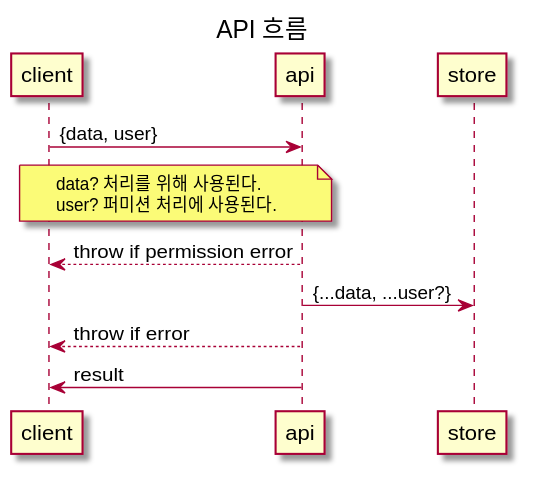
The PlantUML diagram asset/svg/sequence-diagram.svg in deptno/yiguana, before a commit.
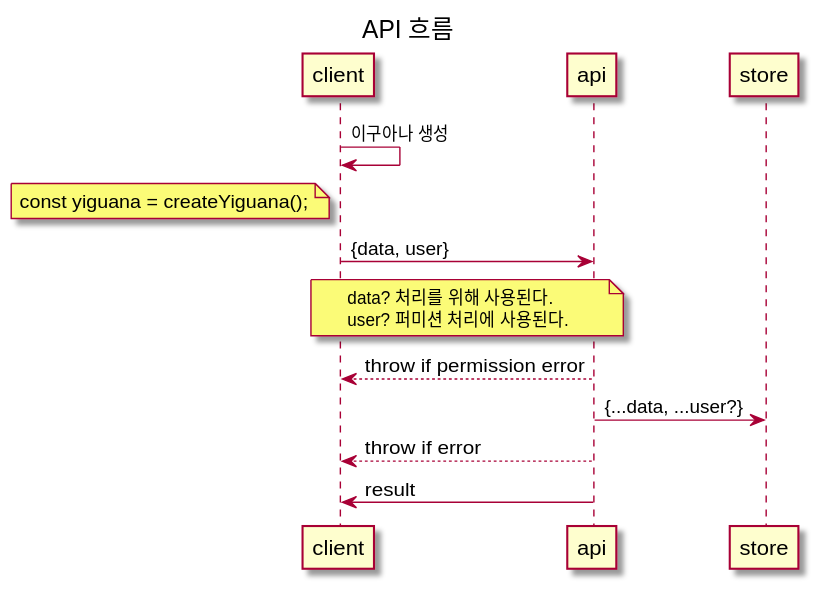
The same diagram one commit later.

Change to the diagram source:
```diff
@@ -1,10 +1,12 @@
 @startuml
 title API 흐름
 
-client -> api : {data, user}
+client -> client: 이구아나 생성
+note left client: const yiguana = createYiguana();
+client -> api: {data, user}
 note over client, api : data? 처리를 위해 사용된다.\nuser? 퍼미션 처리에 사용된다.
-client <-- api : throw if permission error
-api -> store : {...data, ...user?}
-client <-- api : throw if error
-client <- api : result
+client <-- api: throw if permission error
+api -> store: {...data, ...user?}
+client <-- api: throw if error
+client <- api: result
 @enduml
```
